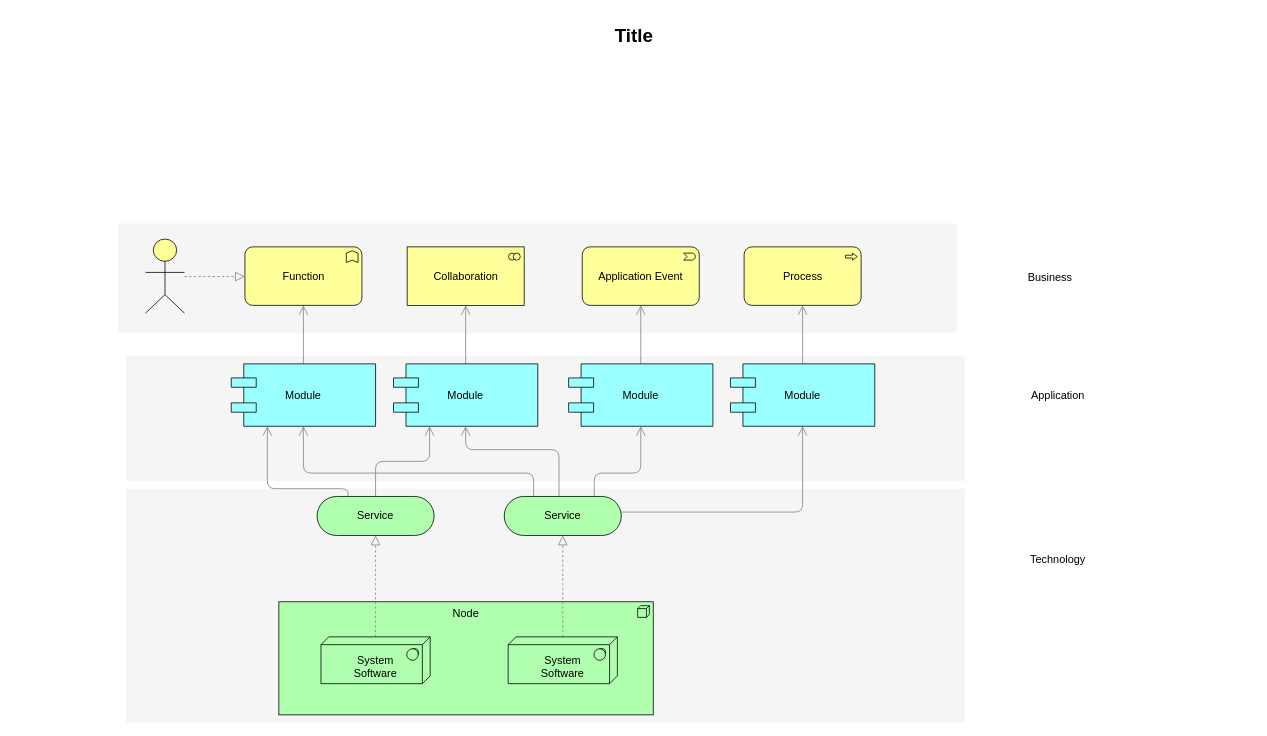
seraphh01/sleepy-bears keeps this draw.io diagram as use_case_diagram.drawio.drawio.xml. Above is the earlier version. Source tidied: cells renumbered, new cells numbered last; positions are measured from the earlier drawing's top-left corner, leaving out a move shared by most shapes. Both pictures are drawn from the tidied source at 78%, with x=0, y=0 at pixel (13, 20).
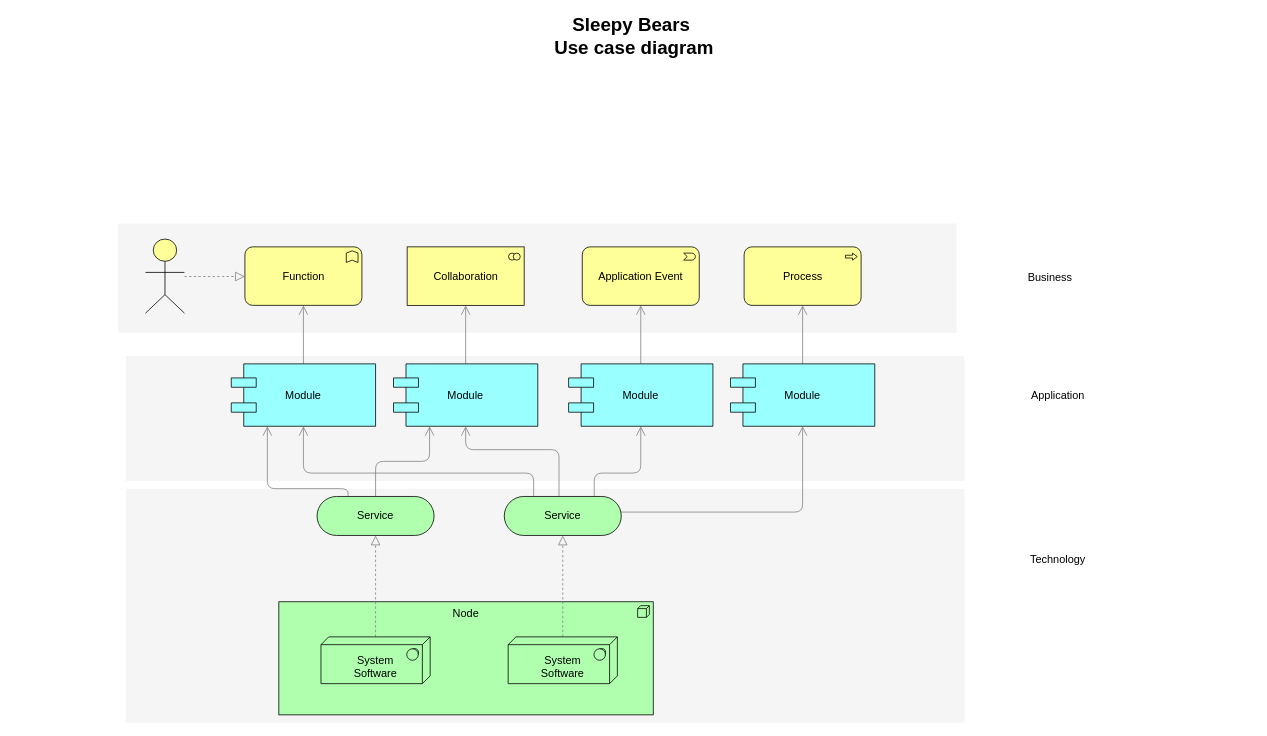
After the change.

Change to the diagram source:
```diff
@@
-    <mxCell id="35" value="Title" style="text;strokeColor=none;fillColor=none;html=1;fontSize=24;fontStyle=1;verticalAlign=middle;align=center;" parent="1" vertex="1">
+    <mxCell id="35" value="Sleepy Bears&amp;nbsp;&lt;br&gt;Use case diagram" style="text;strokeColor=none;fillColor=none;html=1;fontSize=24;fontStyle=1;verticalAlign=middle;align=center;" parent="1" vertex="1">
       <mxGeometry width="1590" height="40" as="geometry" />
     </mxCell>
```
